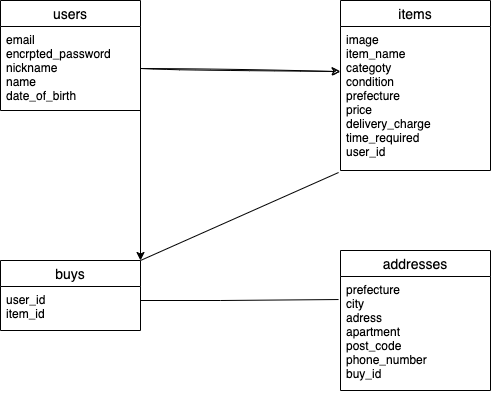
Before: .drawio.png, a diagram exported from draw.io (sylveonpoke/furima-37054). Source tidied: cells renumbered, new cells last; positions are measured from the earlier drawing's top-left corner, leaving out a move shared by most shapes. The source it was exported from:
```xml
<mxGraphModel>
  <root>
    <mxCell id="0" />
    <mxCell id="1" parent="0" />
    <mxCell id="2" value="users" style="swimlane;fontStyle=0;horizontal=1;startSize=26;align=center;fontSize=14;" parent="1" vertex="1">
      <mxGeometry width="140" height="110" as="geometry" />
    </mxCell>
    <mxCell id="3" value="email&#10;encrpted_password&#10;nickname&#10;name&#10;date_of_birth" style="text;strokeColor=none;fillColor=none;spacingLeft=4;spacingRight=4;overflow=hidden;points=[[0,0.5],[1,0.5]];portConstraint=eastwest;fontSize=12;" parent="2" vertex="1">
      <mxGeometry y="26" width="140" height="84" as="geometry" />
    </mxCell>
    <mxCell id="4" value="items" style="swimlane;fontStyle=0;horizontal=1;startSize=26;align=center;fontSize=14;" parent="1" vertex="1">
      <mxGeometry x="340" width="150" height="170" as="geometry" />
    </mxCell>
    <mxCell id="5" style="edgeStyle=none;html=1;exitX=1;exitY=0.5;exitDx=0;exitDy=0;entryX=0;entryY=0.313;entryDx=0;entryDy=0;entryPerimeter=0;sketch=1;" parent="1" edge="1" source="3" target="8">
      <mxGeometry relative="1" as="geometry" />
    </mxCell>
    <mxCell id="6" style="edgeStyle=none;html=1;exitX=1;exitY=0.5;exitDx=0;exitDy=0;entryX=1;entryY=0;entryDx=0;entryDy=0;" parent="1" edge="1" source="3">
      <mxGeometry relative="1" as="geometry">
        <mxPoint x="140" y="260" as="targetPoint" />
      </mxGeometry>
    </mxCell>
    <mxCell id="7" style="endArrow=none;html=1;rounded=0;entryX=-0.013;entryY=1.014;entryDx=0;entryDy=0;entryPerimeter=0;" parent="1" edge="1" target="8">
      <mxGeometry relative="1" as="geometry">
        <mxPoint x="140" y="260" as="sourcePoint" />
      </mxGeometry>
    </mxCell>
    <mxCell id="8" value="image&#10;item_name&#10;categoty&#10;condition&#10;prefecture&#10;price&#10;delivery_charge&#10;time_required&#10;user_id" style="text;strokeColor=none;fillColor=none;spacingLeft=4;spacingRight=4;overflow=hidden;points=[[0,0.5],[1,0.5]];portConstraint=eastwest;fontSize=12;" parent="1" vertex="1">
      <mxGeometry x="340" y="26" width="150" height="144" as="geometry" />
    </mxCell>
    <mxCell id="9" value="buys" style="swimlane;fontStyle=0;horizontal=1;startSize=26;align=center;fontSize=14;" parent="1" vertex="1">
      <mxGeometry y="260" width="140" height="70" as="geometry" />
    </mxCell>
    <mxCell id="10" value="user_id&#10;item_id" style="text;strokeColor=none;fillColor=none;spacingLeft=4;spacingRight=4;overflow=hidden;points=[[0,0.5],[1,0.5]];portConstraint=eastwest;fontSize=12;" parent="9" vertex="1">
      <mxGeometry y="26" width="140" height="44" as="geometry" />
    </mxCell>
    <mxCell id="11" value="addresses" style="swimlane;fontStyle=0;horizontal=1;startSize=26;align=center;fontSize=14;" parent="1" vertex="1">
      <mxGeometry x="340" y="250" width="150" height="140" as="geometry" />
    </mxCell>
    <mxCell id="12" value="prefecture&#10;city&#10;adress&#10;apartment&#10;post_code&#10;phone_number&#10;buy_id" style="text;strokeColor=none;fillColor=none;spacingLeft=4;spacingRight=4;overflow=hidden;points=[[0,0.5],[1,0.5]];portConstraint=eastwest;fontSize=12;" parent="11" vertex="1">
      <mxGeometry y="26" width="150" height="114" as="geometry" />
    </mxCell>
    <mxCell id="13" style="endArrow=none;html=1;rounded=0;entryX=-0.013;entryY=0.202;entryDx=0;entryDy=0;entryPerimeter=0;" parent="1" edge="1" target="12">
      <mxGeometry relative="1" as="geometry">
        <mxPoint x="140" y="300" as="sourcePoint" />
        <Array as="points">
          <mxPoint x="220" y="300" />
        </Array>
      </mxGeometry>
    </mxCell>
  </root>
</mxGraphModel>
```
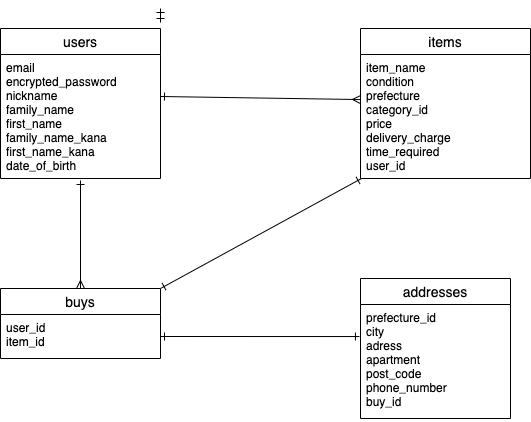
After the commit.

Commit message:
データベース設計修正

Diff of the diagram source:
```diff
@@ -2,50 +2,50 @@
   <root>
     <mxCell id="0" />
     <mxCell id="1" parent="0" />
-    <mxCell id="2" value="users" style="swimlane;fontStyle=0;horizontal=1;startSize=26;align=center;fontSize=14;" parent="1" vertex="1">
-      <mxGeometry width="140" height="110" as="geometry" />
-    </mxCell>
-    <mxCell id="3" value="email&#10;encrpted_password&#10;nickname&#10;name&#10;date_of_birth" style="text;strokeColor=none;fillColor=none;spacingLeft=4;spacingRight=4;overflow=hidden;points=[[0,0.5],[1,0.5]];portConstraint=eastwest;fontSize=12;" parent="2" vertex="1">
-      <mxGeometry y="26" width="140" height="84" as="geometry" />
-    </mxCell>
-    <mxCell id="4" value="items" style="swimlane;fontStyle=0;horizontal=1;startSize=26;align=center;fontSize=14;" parent="1" vertex="1">
-      <mxGeometry x="340" width="150" height="170" as="geometry" />
-    </mxCell>
-    <mxCell id="5" style="edgeStyle=none;html=1;exitX=1;exitY=0.5;exitDx=0;exitDy=0;entryX=0;entryY=0.313;entryDx=0;entryDy=0;entryPerimeter=0;sketch=1;" parent="1" edge="1" source="3" target="8">
-      <mxGeometry relative="1" as="geometry" />
-    </mxCell>
-    <mxCell id="6" style="edgeStyle=none;html=1;exitX=1;exitY=0.5;exitDx=0;exitDy=0;entryX=1;entryY=0;entryDx=0;entryDy=0;" parent="1" edge="1" source="3">
-      <mxGeometry relative="1" as="geometry">
-        <mxPoint x="140" y="260" as="targetPoint" />
-      </mxGeometry>
-    </mxCell>
-    <mxCell id="7" style="endArrow=none;html=1;rounded=0;entryX=-0.013;entryY=1.014;entryDx=0;entryDy=0;entryPerimeter=0;" parent="1" edge="1" target="8">
-      <mxGeometry relative="1" as="geometry">
-        <mxPoint x="140" y="260" as="sourcePoint" />
-      </mxGeometry>
-    </mxCell>
-    <mxCell id="8" value="image&#10;item_name&#10;categoty&#10;condition&#10;prefecture&#10;price&#10;delivery_charge&#10;time_required&#10;user_id" style="text;strokeColor=none;fillColor=none;spacingLeft=4;spacingRight=4;overflow=hidden;points=[[0,0.5],[1,0.5]];portConstraint=eastwest;fontSize=12;" parent="1" vertex="1">
-      <mxGeometry x="340" y="26" width="150" height="144" as="geometry" />
-    </mxCell>
+    <mxCell id="14" style="edgeStyle=none;html=1;exitX=0.5;exitY=0;exitDx=0;exitDy=0;entryX=0.5;entryY=1.016;entryDx=0;entryDy=0;entryPerimeter=0;startArrow=ERmany;startFill=0;endArrow=ERone;endFill=0;" parent="1" edge="1" source="9" target="19">
+      <mxGeometry relative="1" as="geometry" />
+    </mxCell>
+    <mxCell id="15" style="edgeStyle=none;html=1;exitX=1;exitY=0;exitDx=0;exitDy=0;entryX=0.006;entryY=1;entryDx=0;entryDy=0;entryPerimeter=0;startArrow=ERone;startFill=0;endArrow=ERone;endFill=0;" parent="1" edge="1" source="9" target="20">
+      <mxGeometry relative="1" as="geometry" />
+    </mxCell>
     <mxCell id="9" value="buys" style="swimlane;fontStyle=0;horizontal=1;startSize=26;align=center;fontSize=14;" parent="1" vertex="1">
-      <mxGeometry y="260" width="140" height="70" as="geometry" />
+      <mxGeometry x="-20" y="260" width="160" height="70" as="geometry" />
     </mxCell>
     <mxCell id="10" value="user_id&#10;item_id" style="text;strokeColor=none;fillColor=none;spacingLeft=4;spacingRight=4;overflow=hidden;points=[[0,0.5],[1,0.5]];portConstraint=eastwest;fontSize=12;" parent="9" vertex="1">
-      <mxGeometry y="26" width="140" height="44" as="geometry" />
+      <mxGeometry y="26" width="160" height="44" as="geometry" />
     </mxCell>
     <mxCell id="11" value="addresses" style="swimlane;fontStyle=0;horizontal=1;startSize=26;align=center;fontSize=14;" parent="1" vertex="1">
       <mxGeometry x="340" y="250" width="150" height="140" as="geometry" />
     </mxCell>
-    <mxCell id="12" value="prefecture&#10;city&#10;adress&#10;apartment&#10;post_code&#10;phone_number&#10;buy_id" style="text;strokeColor=none;fillColor=none;spacingLeft=4;spacingRight=4;overflow=hidden;points=[[0,0.5],[1,0.5]];portConstraint=eastwest;fontSize=12;" parent="11" vertex="1">
+    <mxCell id="12" value="prefecture_id&#10;city&#10;adress&#10;apartment&#10;post_code&#10;phone_number&#10;buy_id" style="text;strokeColor=none;fillColor=none;spacingLeft=4;spacingRight=4;overflow=hidden;points=[[0,0.5],[1,0.5]];portConstraint=eastwest;fontSize=12;" parent="11" vertex="1">
       <mxGeometry y="26" width="150" height="114" as="geometry" />
     </mxCell>
-    <mxCell id="13" style="endArrow=none;html=1;rounded=0;entryX=-0.013;entryY=0.202;entryDx=0;entryDy=0;entryPerimeter=0;" parent="1" edge="1" target="12">
-      <mxGeometry relative="1" as="geometry">
-        <mxPoint x="140" y="300" as="sourcePoint" />
-        <Array as="points">
-          <mxPoint x="220" y="300" />
-        </Array>
-      </mxGeometry>
-    </mxCell>
+    <mxCell id="16" style="edgeStyle=none;html=1;exitX=1;exitY=0.5;exitDx=0;exitDy=0;entryX=0;entryY=0.306;entryDx=0;entryDy=0;entryPerimeter=0;startArrow=ERone;startFill=0;endArrow=ERmany;endFill=0;" parent="1" edge="1">
+      <mxGeometry relative="1" as="geometry">
+        <mxPoint x="140" y="68" as="sourcePoint" />
+        <mxPoint x="340" y="71.1" as="targetPoint" />
+      </mxGeometry>
+    </mxCell>
+    <mxCell id="17" style="edgeStyle=none;html=1;exitX=1;exitY=0.5;exitDx=0;exitDy=0;entryX=-0.007;entryY=0.281;entryDx=0;entryDy=0;entryPerimeter=0;startArrow=ERone;startFill=0;endArrow=ERone;endFill=0;" parent="1" edge="1" source="10" target="12">
+      <mxGeometry relative="1" as="geometry" />
+    </mxCell>
+    <mxCell id="18" style="edgeStyle=none;html=1;exitX=1;exitY=0;exitDx=0;exitDy=0;entryX=1;entryY=0.25;entryDx=0;entryDy=0;startArrow=ERone;startFill=0;endArrow=ERone;endFill=0;" parent="1" edge="1">
+      <mxGeometry relative="1" as="geometry">
+        <mxPoint x="140" y="-20" as="sourcePoint" />
+        <mxPoint x="140" y="-6" as="targetPoint" />
+      </mxGeometry>
+    </mxCell>
+    <mxCell id="2" value="users" style="swimlane;fontStyle=0;horizontal=1;startSize=26;align=center;fontSize=14;strokeColor=#000000;" parent="1" vertex="1">
+      <mxGeometry x="-20" width="160" height="150" as="geometry" />
+    </mxCell>
+    <mxCell id="19" value="email&#10;encrypted_password&#10;nickname&#10;family_name&#10;first_name&#10;family_name_kana&#10;first_name_kana&#10;date_of_birth" style="text;strokeColor=none;fillColor=none;spacingLeft=4;spacingRight=4;overflow=hidden;points=[[0,0.5],[1,0.5]];portConstraint=eastwest;fontSize=12;" parent="2" vertex="1">
+      <mxGeometry y="26" width="160" height="124" as="geometry" />
+    </mxCell>
+    <mxCell id="4" value="items" style="swimlane;fontStyle=0;horizontal=1;startSize=26;align=center;fontSize=14;strokeColor=#000000;" parent="1" vertex="1">
+      <mxGeometry x="340" width="170" height="150" as="geometry" />
+    </mxCell>
+    <mxCell id="20" value="item_name&#10;condition&#10;prefecture&#10;category_id&#10;price&#10;delivery_charge&#10;time_required&#10;user_id" style="text;strokeColor=none;fillColor=none;spacingLeft=4;spacingRight=4;overflow=hidden;points=[[0,0.5],[1,0.5]];portConstraint=eastwest;fontSize=12;" parent="4" vertex="1">
+      <mxGeometry y="26" width="170" height="124" as="geometry" />
+    </mxCell>
   </root>
 </mxGraphModel>
```
